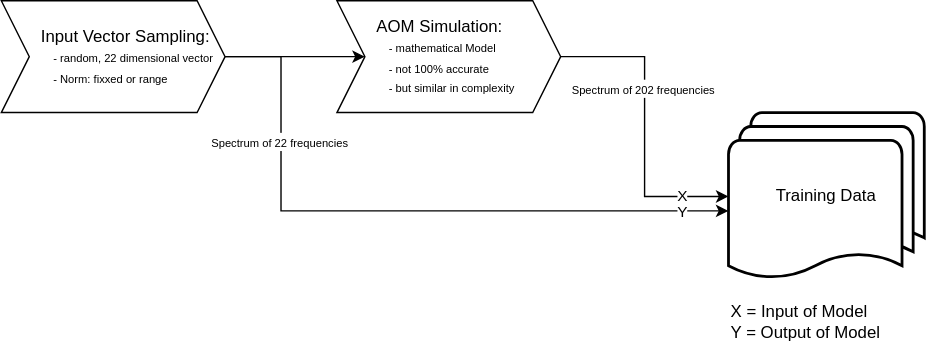
This is Poster/data_sampling.drawio.svg from leoforster10010/UdS_Dsaiproject25, a draw.io export, as it was before one commit. Source tidied: cells renumbered, new cells last; positions are measured from the earlier drawing's top-left corner, leaving out a move shared by most shapes.
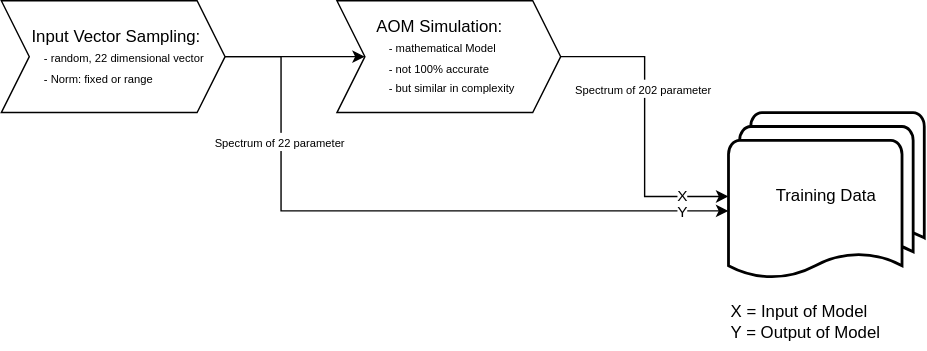
After the commit.

The edit, as a diff of the source:
```diff
@@ -5,7 +5,7 @@
     <mxCell id="2" style="edgeStyle=orthogonalEdgeStyle;rounded=0;jettySize=auto;html=1;exitX=1;exitY=0.5;exitDx=0;exitDy=0;entryX=0;entryY=0.5;entryDx=0;entryDy=0;" parent="1" edge="1" source="3" target="7">
       <mxGeometry relative="1" as="geometry" />
     </mxCell>
-    <mxCell id="3" value="&lt;span style=&quot;white-space: pre;&quot;&gt;&#9;&lt;/span&gt;Input Vector Sampling:&lt;div&gt;&lt;font style=&quot;font-size: 8px;&quot;&gt;&lt;span style=&quot;white-space: pre;&quot;&gt;&#9;&lt;span style=&quot;white-space: pre;&quot;&gt;&#9;&lt;/span&gt;&lt;/span&gt;-&amp;nbsp;random, 22 dimensional vector&lt;/font&gt;&lt;br&gt;&lt;/div&gt;&lt;div&gt;&lt;font style=&quot;font-size: 8px;&quot;&gt;&lt;span style=&quot;white-space: pre;&quot;&gt;&#9;&lt;/span&gt;&lt;span style=&quot;white-space: pre;&quot;&gt;&#9;&lt;/span&gt;- Norm: fixxed or range&lt;br&gt;&lt;/font&gt;&lt;/div&gt;" style="shape=step;perimeter=stepPerimeter;whiteSpace=wrap;html=1;fixedSize=1;size=20;align=left;" parent="1" vertex="1">
+    <mxCell id="3" value="&amp;nbsp; &amp;nbsp; &amp;nbsp; Input Vector Sampling:&lt;div&gt;&lt;font style=&quot;font-size: 8px;&quot;&gt;&lt;span style=&quot;white-space: pre;&quot;&gt;&#9;&amp;nbsp;&lt;/span&gt;&amp;nbsp; &amp;nbsp; -&amp;nbsp;random, 22 dimensional vector&lt;/font&gt;&lt;br&gt;&lt;/div&gt;&lt;div&gt;&lt;font style=&quot;font-size: 8px;&quot;&gt;&lt;span style=&quot;white-space: pre;&quot;&gt;&#9;&lt;/span&gt;&amp;nbsp; &amp;nbsp; &amp;nbsp;- Norm: fixed or range&lt;br&gt;&lt;/font&gt;&lt;/div&gt;" style="shape=step;perimeter=stepPerimeter;whiteSpace=wrap;html=1;fixedSize=1;size=20;align=left;" parent="1" vertex="1">
       <mxGeometry width="160" height="80" as="geometry" />
     </mxCell>
     <mxCell id="4" style="edgeStyle=orthogonalEdgeStyle;rounded=0;jettySize=auto;html=1;exitX=1;exitY=0.5;exitDx=0;exitDy=0;" parent="1" edge="1" source="7" target="8">
@@ -14,7 +14,7 @@
     <mxCell id="5" value="X" style="edgeLabel;html=1;align=center;verticalAlign=middle;" parent="4" vertex="1">
       <mxGeometry x="0.7" relative="1" as="geometry" />
     </mxCell>
-    <mxCell id="6" value="&lt;span style=&quot;font-size: 8px;&quot;&gt;Spectrum of 202 frequencies&lt;/span&gt;" style="edgeLabel;html=1;align=center;verticalAlign=middle;" parent="4" vertex="1">
+    <mxCell id="6" value="&lt;span style=&quot;font-size: 8px;&quot;&gt;Spectrum of 202 parameter&lt;/span&gt;" style="edgeLabel;html=1;align=center;verticalAlign=middle;" parent="4" vertex="1">
       <mxGeometry x="-0.25" y="-1" relative="1" as="geometry" />
     </mxCell>
     <mxCell id="7" value="&lt;span style=&quot;white-space: pre;&quot;&gt;&#9;&lt;/span&gt;AOM Simulation:&lt;div&gt;&lt;font style=&quot;font-size: 8px;&quot;&gt;&lt;span style=&quot;white-space: pre;&quot;&gt;&#9;&lt;span style=&quot;white-space: pre;&quot;&gt;&#9;&lt;/span&gt;&lt;/span&gt;- mathematical Model&lt;/font&gt;&lt;br&gt;&lt;/div&gt;&lt;div&gt;&lt;font style=&quot;font-size: 8px;&quot;&gt;&lt;span style=&quot;white-space: pre;&quot;&gt;&#9;&lt;/span&gt;&lt;span style=&quot;white-space: pre;&quot;&gt;&#9;&lt;/span&gt;- not 100% accurate&lt;br&gt;&lt;/font&gt;&lt;/div&gt;&lt;div&gt;&lt;font style=&quot;font-size: 8px;&quot;&gt;&lt;span style=&quot;white-space: pre;&quot;&gt;&#9;&lt;/span&gt;&lt;span style=&quot;white-space: pre;&quot;&gt;&#9;&lt;/span&gt;- but similar in complexity&amp;nbsp;&lt;br&gt;&lt;/font&gt;&lt;/div&gt;" style="shape=step;perimeter=stepPerimeter;whiteSpace=wrap;html=1;fixedSize=1;size=20;align=left;" parent="1" vertex="1">
@@ -34,7 +34,7 @@
     <mxCell id="10" value="Y" style="edgeLabel;html=1;align=center;verticalAlign=middle;" parent="9" vertex="1">
       <mxGeometry x="0.86" relative="1" as="geometry" />
     </mxCell>
-    <mxCell id="11" value="&lt;font style=&quot;font-size: 8px;&quot;&gt;Spectrum of 22 frequencies&lt;/font&gt;" style="edgeLabel;html=1;align=center;verticalAlign=middle;" parent="9" vertex="1">
+    <mxCell id="11" value="&lt;font style=&quot;font-size: 8px;&quot;&gt;Spectrum of 22 parameter&lt;/font&gt;" style="edgeLabel;html=1;align=center;verticalAlign=middle;" parent="9" vertex="1">
       <mxGeometry x="-0.53" y="-1" relative="1" as="geometry">
         <mxPoint y="-10" as="offset" />
       </mxGeometry>
```
